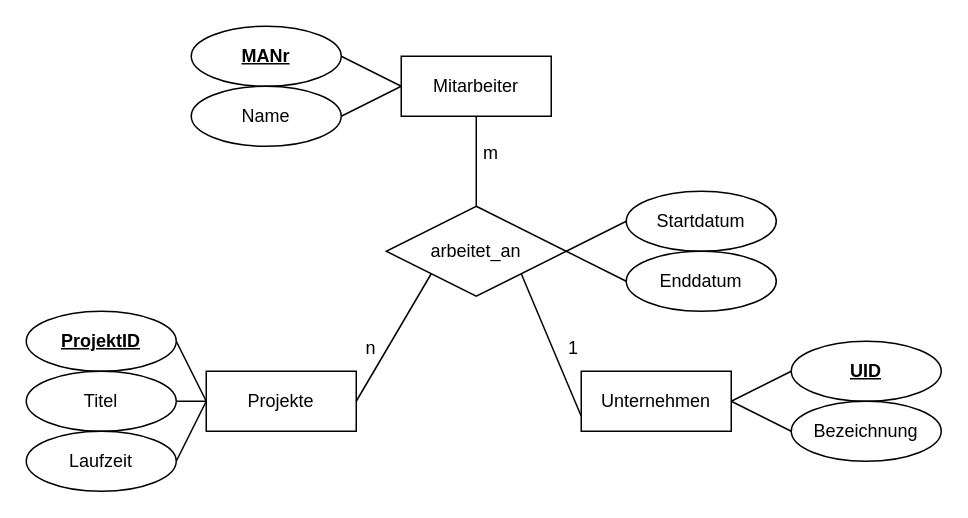
klemensdanner/ObsiGit keeps this draw.io diagram as Datenbanksysteme/Übung/UE01/UE01_04_DEM1.drawio. Above is the earlier version. Source tidied: cells renumbered, new cells numbered last; positions are measured from the earlier drawing's top-left corner, leaving out a move shared by most shapes. Both pictures are drawn from the tidied source at 150%, with x=0, y=0 at pixel (26, 26).
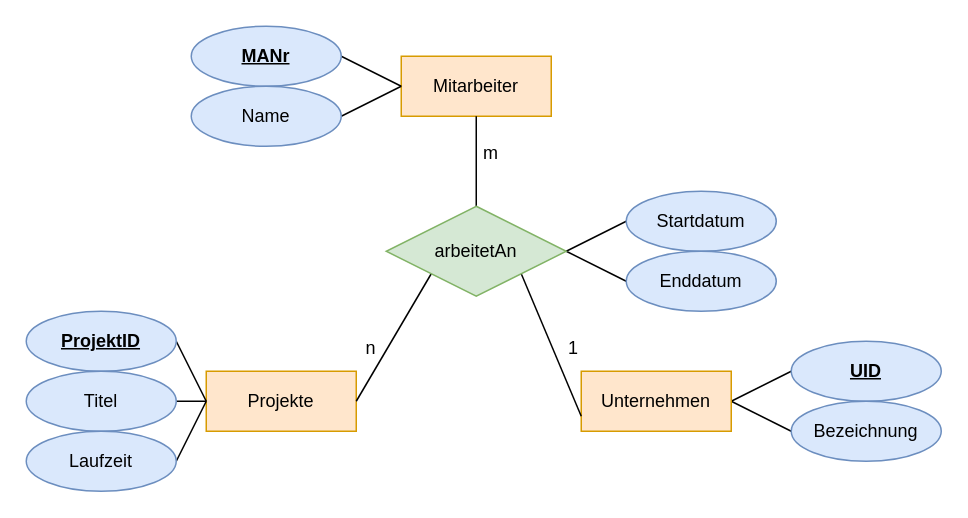
Above is the later version.

The edit, as a diff of the source:
```diff
@@
-    <mxCell id="2" value="Mitarbeiter" style="whiteSpace=wrap;html=1;align=center;" parent="1" vertex="1">
+    <mxCell id="2" value="Mitarbeiter" style="whiteSpace=wrap;html=1;align=center;fillColor=#ffe6cc;strokeColor=#d79b00;" parent="1" vertex="1">
       <mxGeometry x="250" y="20" width="100" height="40" as="geometry" />
     </mxCell>
-    <mxCell id="3" value="Projekte" style="whiteSpace=wrap;html=1;align=center;" parent="1" vertex="1">
+    <mxCell id="3" value="Projekte" style="whiteSpace=wrap;html=1;align=center;fillColor=#ffe6cc;strokeColor=#d79b00;" parent="1" vertex="1">
       <mxGeometry x="120" y="230" width="100" height="40" as="geometry" />
     </mxCell>
@@
-    <mxCell id="6" value="Unternehmen" style="whiteSpace=wrap;html=1;align=center;" parent="1" vertex="1">
+    <mxCell id="6" value="Unternehmen" style="whiteSpace=wrap;html=1;align=center;fillColor=#ffe6cc;strokeColor=#d79b00;" parent="1" vertex="1">
       <mxGeometry x="370" y="230" width="100" height="40" as="geometry" />
     </mxCell>
@@
-    <mxCell id="8" value="MANr" style="ellipse;whiteSpace=wrap;align=center;fontStyle=5;" parent="1" vertex="1">
+    <mxCell id="8" value="MANr" style="ellipse;whiteSpace=wrap;align=center;fontStyle=5;fillColor=#dae8fc;strokeColor=#6c8ebf;" parent="1" vertex="1">
       <mxGeometry x="110" width="100" height="40" as="geometry" />
     </mxCell>
@@
-    <mxCell id="10" value="Name" style="ellipse;whiteSpace=wrap;align=center;" parent="1" vertex="1">
+    <mxCell id="10" value="Name" style="ellipse;whiteSpace=wrap;align=center;fillColor=#dae8fc;strokeColor=#6c8ebf;" parent="1" vertex="1">
       <mxGeometry x="110" y="40" width="100" height="40" as="geometry" />
     </mxCell>
@@
-    <mxCell id="12" value="ProjektID" style="ellipse;whiteSpace=wrap;align=center;fontStyle=5;" parent="1" vertex="1">
+    <mxCell id="12" value="ProjektID" style="ellipse;whiteSpace=wrap;align=center;fontStyle=5;fillColor=#dae8fc;strokeColor=#6c8ebf;" parent="1" vertex="1">
       <mxGeometry y="190" width="100" height="40" as="geometry" />
     </mxCell>
@@
-    <mxCell id="14" value="Titel" style="ellipse;whiteSpace=wrap;align=center;" parent="1" vertex="1">
+    <mxCell id="14" value="Titel" style="ellipse;whiteSpace=wrap;align=center;fillColor=#dae8fc;strokeColor=#6c8ebf;" parent="1" vertex="1">
       <mxGeometry y="230" width="100" height="40" as="geometry" />
     </mxCell>
@@
-    <mxCell id="16" value="Laufzeit" style="ellipse;whiteSpace=wrap;align=center;" parent="1" vertex="1">
+    <mxCell id="16" value="Laufzeit" style="ellipse;whiteSpace=wrap;align=center;fillColor=#dae8fc;strokeColor=#6c8ebf;" parent="1" vertex="1">
       <mxGeometry y="270" width="100" height="40" as="geometry" />
     </mxCell>
-    <mxCell id="17" value="UID" style="ellipse;whiteSpace=wrap;align=center;fontStyle=5;" parent="1" vertex="1">
+    <mxCell id="17" value="UID" style="ellipse;whiteSpace=wrap;align=center;fontStyle=5;fillColor=#dae8fc;strokeColor=#6c8ebf;" parent="1" vertex="1">
       <mxGeometry x="510" y="210" width="100" height="40" as="geometry" />
     </mxCell>
-    <mxCell id="18" value="Bezeichnung" style="ellipse;whiteSpace=wrap;align=center;" parent="1" vertex="1">
+    <mxCell id="18" value="Bezeichnung" style="ellipse;whiteSpace=wrap;align=center;fillColor=#dae8fc;strokeColor=#6c8ebf;" parent="1" vertex="1">
       <mxGeometry x="510" y="250" width="100" height="40" as="geometry" />
     </mxCell>
@@
-    <mxCell id="24" value="arbeitet_an" style="shape=rhombus;double=0;perimeter=rhombusPerimeter;whiteSpace=wrap;align=center;html=1;convertToSvg=0;fontColor=default;labelBackgroundColor=none;" parent="1" vertex="1">
+    <mxCell id="24" value="arbeitetAn" style="shape=rhombus;double=0;perimeter=rhombusPerimeter;whiteSpace=wrap;align=center;html=1;convertToSvg=0;labelBackgroundColor=none;fillColor=#d5e8d4;strokeColor=#82b366;" parent="1" vertex="1">
       <mxGeometry x="240" y="120" width="120" height="60" as="geometry" />
     </mxCell>
@@
-    <mxCell id="28" value="Startdatum" style="ellipse;whiteSpace=wrap;align=center;fontStyle=0;" parent="1" vertex="1">
+    <mxCell id="28" value="Startdatum" style="ellipse;whiteSpace=wrap;align=center;fontStyle=0;fillColor=#dae8fc;strokeColor=#6c8ebf;" parent="1" vertex="1">
       <mxGeometry x="400" y="110" width="100" height="40" as="geometry" />
     </mxCell>
-    <mxCell id="29" value="Enddatum" style="ellipse;whiteSpace=wrap;align=center;" parent="1" vertex="1">
+    <mxCell id="29" value="Enddatum" style="ellipse;whiteSpace=wrap;align=center;fillColor=#dae8fc;strokeColor=#6c8ebf;" parent="1" vertex="1">
       <mxGeometry x="400" y="150" width="100" height="40" as="geometry" />
     </mxCell>
```
